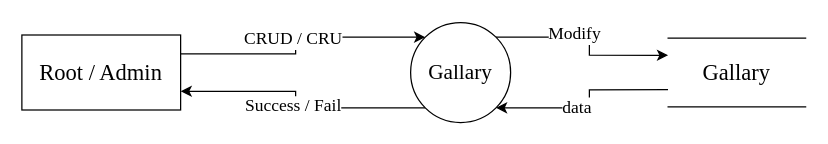
Above: Documentation/diags/Diagrams/root_gallary_0.drawio in Suzuki0916/Real_Estate_Site (draw.io), before the change. Source tidied: cells renumbered, new cells numbered last; positions are measured from the earlier drawing's top-left corner, leaving out a move shared by most shapes. Both pictures are drawn from the tidied source at 125%, with x=0, y=0 at pixel (21, 21).
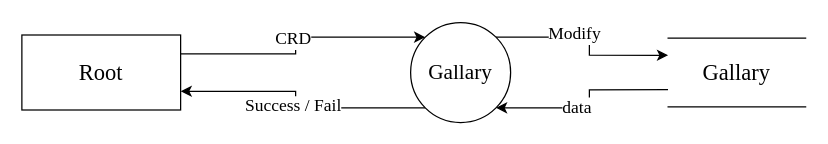
The same diagram, later.

Change to the diagram source:
```diff
@@
 <mxGraphModel>
   <root>
     <mxCell id="0" />
     <mxCell id="1" parent="0" />
     <mxCell id="2" style="edgeStyle=orthogonalEdgeStyle;rounded=0;orthogonalLoop=1;jettySize=auto;html=1;fontFamily=Times New Roman;fontSize=16;entryX=0.25;entryY=1;entryDx=0;entryDy=0;exitX=1;exitY=0;exitDx=0;exitDy=0;" parent="1" edge="1">
       <mxGeometry relative="1" as="geometry">
         <mxPoint x="557" y="38" as="targetPoint" />
       </mxGeometry>
     </mxCell>
     <mxCell id="3" style="edgeStyle=orthogonalEdgeStyle;rounded=0;orthogonalLoop=1;jettySize=auto;html=1;exitX=0.75;exitY=1;exitDx=0;exitDy=0;entryX=1;entryY=1;entryDx=0;entryDy=0;fontFamily=Times New Roman;fontSize=16;" parent="1" edge="1">
       <mxGeometry relative="1" as="geometry">
         <mxPoint x="617" y="38" as="sourcePoint" />
         <Array as="points">
           <mxPoint x="617" y="185" />
         </Array>
       </mxGeometry>
     </mxCell>
-    <mxCell id="4" value="&lt;font style=&quot;font-size: 18px&quot;&gt;Root / Admin&lt;/font&gt;" style="rounded=0;whiteSpace=wrap;html=1;fontFamily=Times New Roman;" parent="1" vertex="1">
+    <mxCell id="4" value="&lt;font style=&quot;font-size: 18px&quot;&gt;Root&lt;/font&gt;" style="rounded=0;whiteSpace=wrap;html=1;fontFamily=Times New Roman;" parent="1" vertex="1">
       <mxGeometry y="10.5" width="127" height="60" as="geometry" />
     </mxCell>
     <mxCell id="5" style="edgeStyle=orthogonalEdgeStyle;rounded=0;jettySize=auto;html=1;exitX=1;exitY=0;exitDx=0;exitDy=0;entryX=0;entryY=0.25;entryDx=0;entryDy=0;fontSize=17;elbow=vertical;fontFamily=Times New Roman;" parent="1" edge="1" source="9" target="12">
       <mxGeometry relative="1" as="geometry" />
     </mxCell>
     <mxCell id="6" value="Modify" style="edgeLabel;html=1;align=center;verticalAlign=middle;fontSize=14;fontFamily=Times New Roman;" parent="5" vertex="1">
       <mxGeometry x="-0.19" y="3" relative="1" as="geometry" />
     </mxCell>
     <mxCell id="7" style="rounded=0;jettySize=auto;html=1;exitX=0;exitY=1;exitDx=0;exitDy=0;fontSize=17;startArrow=none;startFill=0;endArrow=classic;endFill=1;entryX=1;entryY=0.75;entryDx=0;entryDy=0;edgeStyle=orthogonalEdgeStyle;fontFamily=Times New Roman;" parent="1" edge="1" source="9" target="4">
       <mxGeometry relative="1" as="geometry" />
     </mxCell>
     <mxCell id="8" value="Success / Fail" style="edgeLabel;html=1;align=center;verticalAlign=middle;fontSize=14;fontFamily=Times New Roman;" parent="7" vertex="1">
       <mxGeometry x="-0.83" y="2" relative="1" as="geometry">
         <mxPoint x="-88" y="-3" as="offset" />
       </mxGeometry>
     </mxCell>
     <mxCell id="9" value="&lt;p&gt;&lt;span style=&quot;line-height: 1.1&quot;&gt;&lt;font style=&quot;font-size: 17px&quot;&gt;Gallary&lt;/font&gt;&lt;/span&gt;&lt;/p&gt;" style="ellipse;whiteSpace=wrap;html=1;shadow=0;sketch=0;rotation=0;fontFamily=Times New Roman;" parent="1" vertex="1">
       <mxGeometry x="311" y="0.5" width="80" height="80" as="geometry" />
     </mxCell>
     <mxCell id="10" style="edgeStyle=orthogonalEdgeStyle;rounded=0;jettySize=auto;html=1;exitX=0;exitY=0.75;exitDx=0;exitDy=0;entryX=1;entryY=1;entryDx=0;entryDy=0;fontSize=17;elbow=vertical;fontFamily=Times New Roman;" parent="1" edge="1" source="12" target="9">
       <mxGeometry relative="1" as="geometry" />
     </mxCell>
     <mxCell id="11" value="data" style="edgeLabel;html=1;align=center;verticalAlign=middle;fontSize=14;fontFamily=Times New Roman;" parent="10" vertex="1">
       <mxGeometry x="0.16" relative="1" as="geometry" />
     </mxCell>
     <mxCell id="12" value="&lt;font style=&quot;font-size: 18px&quot;&gt;Gallary&lt;/font&gt;" style="shape=partialRectangle;whiteSpace=wrap;html=1;left=0;right=0;fillColor=default;rounded=0;shadow=0;glass=0;sketch=0;fontFamily=Times New Roman;fontSize=16;gradientColor=none;" parent="1" vertex="1">
       <mxGeometry x="517" y="13" width="110" height="55" as="geometry" />
     </mxCell>
     <mxCell id="13" style="rounded=0;jettySize=auto;html=1;entryX=0;entryY=0;entryDx=0;entryDy=0;fontSize=17;startArrow=none;startFill=0;endArrow=classic;endFill=1;exitX=1;exitY=0.25;exitDx=0;exitDy=0;edgeStyle=orthogonalEdgeStyle;fontFamily=Times New Roman;" parent="1" edge="1" source="4" target="9">
       <mxGeometry relative="1" as="geometry" />
     </mxCell>
-    <mxCell id="14" value="CRUD / CRU" style="edgeLabel;html=1;align=center;verticalAlign=middle;fontSize=14;fontFamily=Times New Roman;" parent="13" vertex="1">
+    <mxCell id="14" value="CRD" style="edgeLabel;html=1;align=center;verticalAlign=middle;fontSize=14;fontFamily=Times New Roman;" parent="13" vertex="1">
       <mxGeometry x="0.81" y="2" relative="1" as="geometry">
         <mxPoint x="-86" y="3" as="offset" />
       </mxGeometry>
     </mxCell>
   </root>
 </mxGraphModel>
```
